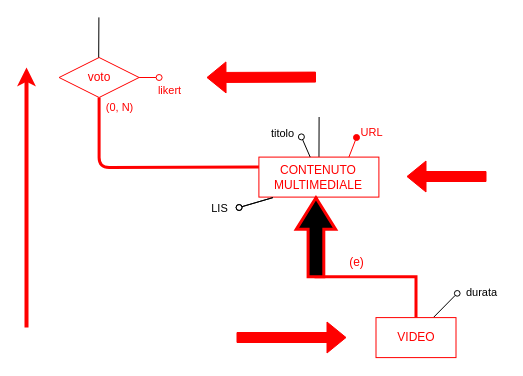
The draw.io diagram Progetto Esame - DBSperimentazioni A.A. 2023-2024/Diagrammi/ridondanze/2.3.1.1_schema1b_norid.drawio in Mattron2000/Basi_di_dati, before the edit. Source tidied: cells renumbered, new cells numbered last; positions are measured from the earlier drawing's top-left corner, leaving out a move shared by most shapes. Both pictures are drawn from the tidied source at 100%, with x=0, y=0 at pixel (26, 17).
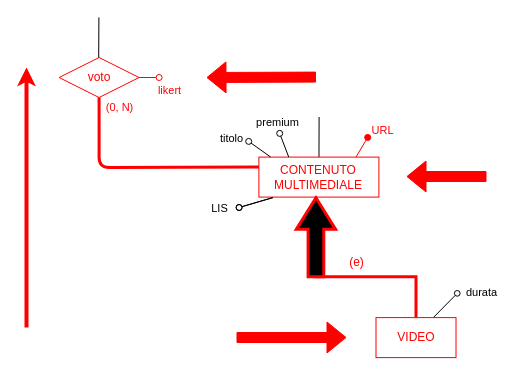
The same page after the edit.

Unchanged cells that the change refers to:
```xml
<mxCell id="3" value="&lt;font color=&quot;#ff0000&quot;&gt;CONTENUTO&lt;br&gt;MULTIMEDIALE&lt;/font&gt;" style="rounded=0;whiteSpace=wrap;html=1;strokeColor=#FF0000;" parent="1" vertex="1">
  <mxGeometry x="232.4" y="139.6" width="120" height="40" as="geometry" />
</mxCell>
```

The edit, as a diff of the source:
```diff
@@
-    <mxCell id="4" style="endArrow=oval;html=1;fillStyle=auto;strokeWidth=1;startSize=6;endSize=6;fillColor=#000000;startArrow=none;startFill=0;endFill=0;" parent="1" edge="1" source="3">
-      <mxGeometry relative="1" as="geometry">
-        <mxPoint x="274.9" y="119.4" as="targetPoint" />
-      </mxGeometry>
-    </mxCell>
-    <mxCell id="5" value="titolo" style="edgeLabel;html=1;align=center;verticalAlign=middle;" parent="4" vertex="1">
-      <mxGeometry x="0.48" y="1" relative="1" as="geometry">
-        <mxPoint x="-21" y="-10" as="offset" />
-      </mxGeometry>
-    </mxCell>
@@
-    <mxCell id="26" style="endArrow=oval;html=1;fillStyle=auto;strokeWidth=1;startSize=6;endSize=6;fillColor=#000000;startArrow=none;startFill=0;endFill=1;exitX=0.75;exitY=0;exitDx=0;exitDy=0;strokeColor=#FF0000;" parent="1" edge="1" source="3">
-      <mxGeometry relative="1" as="geometry">
-        <mxPoint x="330" y="120" as="targetPoint" />
-      </mxGeometry>
-    </mxCell>
+    <mxCell id="28" style="shape=flexArrow;endArrow=classic;html=1;strokeColor=#FF0000;fontColor=#FF0000;fillColor=#FF0000;" parent="1" edge="1">
+      <mxGeometry relative="1" as="geometry">
+        <mxPoint x="460" y="159" as="sourcePoint" />
+        <mxPoint x="380" y="159" as="targetPoint" />
+      </mxGeometry>
+    </mxCell>
+    <mxCell id="29" style="endArrow=oval;html=1;fillStyle=auto;strokeWidth=1;startSize=6;endSize=6;fillColor=#000000;startArrow=none;startFill=0;endFill=0;exitX=0.109;exitY=0.001;exitDx=0;exitDy=0;exitPerimeter=0;" parent="1" edge="1">
+      <mxGeometry relative="1" as="geometry">
+        <mxPoint x="244.1" y="139.5" as="sourcePoint" />
+        <mxPoint x="222.2" y="123.9" as="targetPoint" />
+      </mxGeometry>
+    </mxCell>
+    <mxCell id="5" value="titolo" style="edgeLabel;html=1;align=center;verticalAlign=middle;" parent="29" vertex="1">
+      <mxGeometry x="0.48" y="1" relative="1" as="geometry">
+        <mxPoint x="-23" y="-8" as="offset" />
+      </mxGeometry>
+    </mxCell>
+    <mxCell id="30" style="edgeStyle=none;shape=connector;rounded=1;fillStyle=auto;html=1;labelBackgroundColor=default;strokeColor=default;strokeWidth=1;fontFamily=Helvetica;fontSize=11;fontColor=default;endArrow=none;endFill=0;startSize=6;endSize=6;fillColor=#000000;startArrow=oval;startFill=0;" parent="1" edge="1">
+      <mxGeometry relative="1" as="geometry">
+        <mxPoint x="253.2" y="115.9" as="sourcePoint" />
+        <mxPoint x="262.2" y="139.5" as="targetPoint" />
+      </mxGeometry>
+    </mxCell>
+    <mxCell id="31" value="premium" style="edgeLabel;html=1;align=center;verticalAlign=middle;fontSize=11;fontFamily=Helvetica;fontColor=default;" parent="30" vertex="1">
+      <mxGeometry x="-0.26" y="1" relative="1" as="geometry">
+        <mxPoint x="-7" y="-19" as="offset" />
+      </mxGeometry>
+    </mxCell>
     <mxCell id="27" value="&lt;font color=&quot;#ff0000&quot; style=&quot;font-size: 11px;&quot;&gt;URL&lt;/font&gt;" style="text;html=1;align=center;verticalAlign=middle;strokeColor=none;fillColor=none;" parent="1" vertex="1">
-      <mxGeometry x="320" y="100" width="50" height="30" as="geometry" />
+      <mxGeometry x="330.6" y="98.4" width="50" height="30" as="geometry" />
     </mxCell>
-    <mxCell id="28" style="shape=flexArrow;endArrow=classic;html=1;strokeColor=#FF0000;fontColor=#FF0000;fillColor=#FF0000;" parent="1" edge="1">
-      <mxGeometry relative="1" as="geometry">
-        <mxPoint x="460" y="159" as="sourcePoint" />
-        <mxPoint x="380" y="159" as="targetPoint" />
-      </mxGeometry>
-    </mxCell>
+    <mxCell id="32" style="endArrow=oval;html=1;fillStyle=auto;strokeWidth=1;startSize=6;endSize=6;fillColor=#000000;startArrow=none;startFill=0;endFill=1;exitX=0.821;exitY=0.003;exitDx=0;exitDy=0;exitPerimeter=0;strokeColor=#FF0000;" parent="1" edge="1">
+      <mxGeometry relative="1" as="geometry">
+        <mxPoint x="329.5" y="139.6" as="sourcePoint" />
+        <mxPoint x="341.2" y="119.9" as="targetPoint" />
+      </mxGeometry>
+    </mxCell>
```
